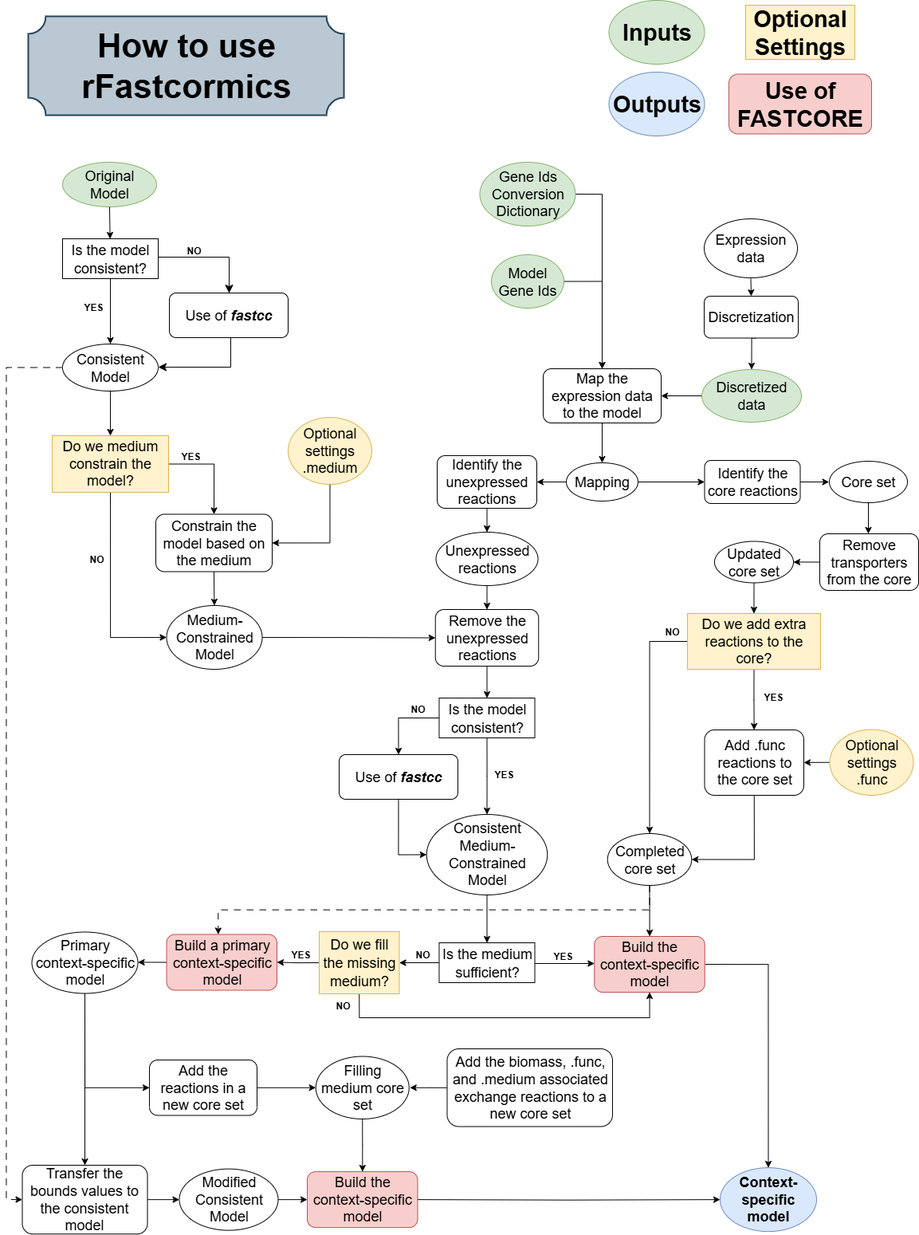
Above: rFASTCORMICS for RNA-seq data/rFASTCORMICS_v2/WorkflowrFastcormics_v2.png in sysbiolux/rFASTCORMICS (draw.io), before the change. Source tidied: cells renumbered, new cells last; positions are measured from the earlier drawing's top-left corner, leaving out a move shared by most shapes.
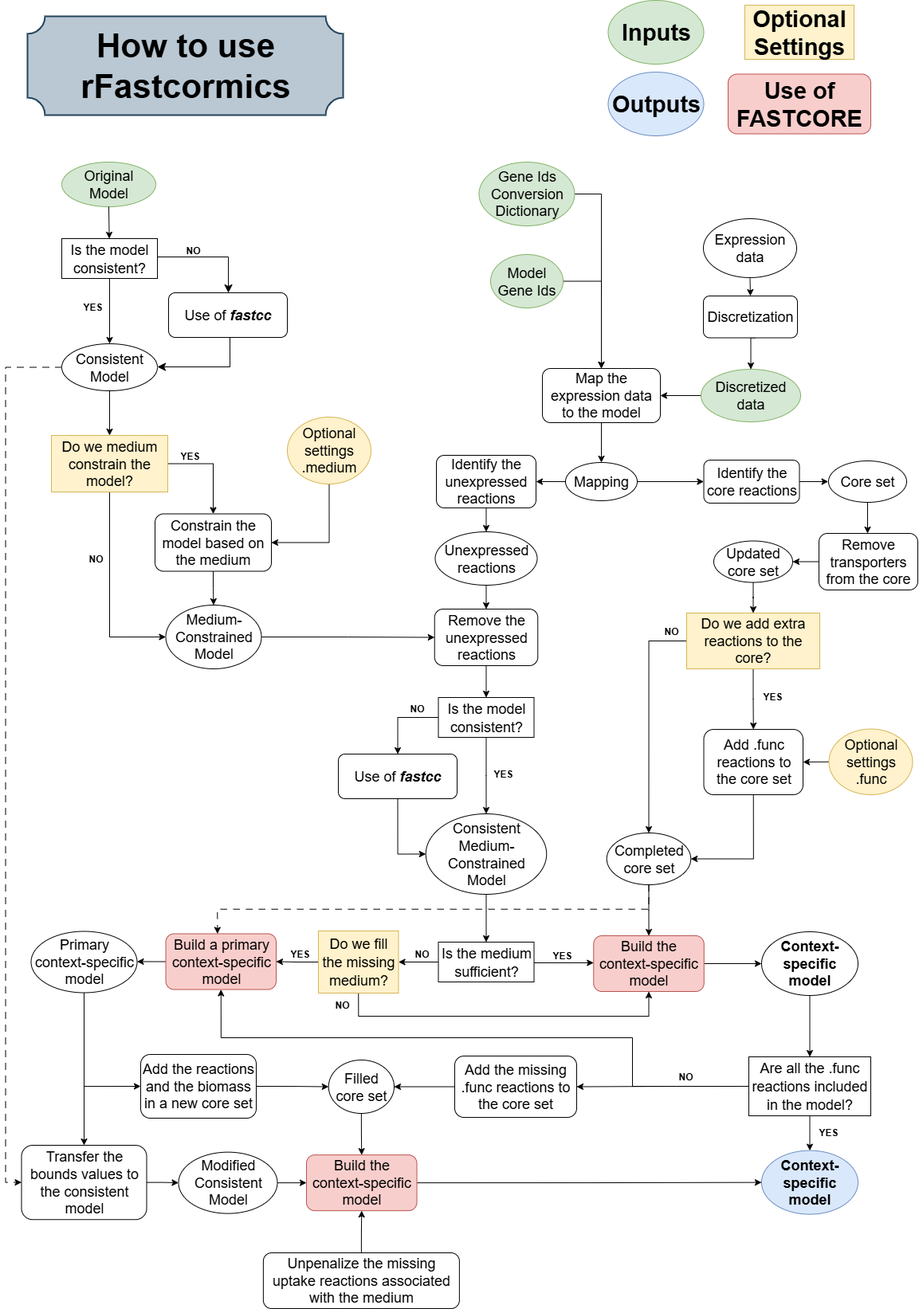
After the commit.

Change to the diagram source:
```diff
@@ -234,15 +234,12 @@
     <mxCell id="70" value="&lt;font style=&quot;font-size: 18px;&quot;&gt;Completed core set&lt;/font&gt;" style="ellipse;whiteSpace=wrap;html=1;" parent="1" vertex="1">
       <mxGeometry x="733.8" y="1045" width="105.5" height="65" as="geometry" />
     </mxCell>
-    <mxCell id="71" style="edgeStyle=orthogonalEdgeStyle;rounded=0;jettySize=auto;html=1;exitX=1;exitY=0.5;exitDx=0;exitDy=0;" parent="1" edge="1" source="72" target="73">
-      <mxGeometry relative="1" as="geometry" />
-    </mxCell>
+    <mxCell id="112" style="edgeStyle=orthogonalEdgeStyle;rounded=0;jettySize=auto;html=1;exitX=1;exitY=0.5;exitDx=0;exitDy=0;entryX=0;entryY=0.5;entryDx=0;entryDy=0;" parent="1" edge="1" source="72" target="120">
+      <mxGeometry relative="1" as="geometry" />
+    </mxCell>
     <mxCell id="72" value="&lt;font style=&quot;font-size: 18px;&quot;&gt;Build the context-specific model&lt;/font&gt;" style="rounded=1;whiteSpace=wrap;html=1;fillColor=#f8cecc;strokeColor=#b85450;" parent="1" vertex="1">
       <mxGeometry x="717.2" y="1174" width="138.5" height="70" as="geometry" />
     </mxCell>
-    <mxCell id="73" value="&lt;font style=&quot;font-size: 18px;&quot;&gt;&lt;b&gt;Context-specific model&lt;/b&gt;&lt;/font&gt;" style="ellipse;whiteSpace=wrap;html=1;fillColor=#dae8fc;strokeColor=#6c8ebf;" parent="1" vertex="1">
-      <mxGeometry x="875" y="1464.1" width="121" height="80" as="geometry" />
-    </mxCell>
     <mxCell id="74" style="verticalLabelPosition=bottom;verticalAlign=top;html=1;shape=mxgraph.basic.plaque;dx=11;whiteSpace=wrap;fillColor=#bac8d3;strokeColor=#23445d;strokeWidth=2;" parent="1" vertex="1">
       <mxGeometry x="7" y="20" width="396" height="124" as="geometry" />
     </mxCell>
@@ -295,7 +292,7 @@
       <mxGeometry relative="1" as="geometry" />
     </mxCell>
     <mxCell id="90" value="&lt;span style=&quot;font-size: 18px;&quot;&gt;Transfer the bounds values to the consistent model&lt;/span&gt;" style="rounded=1;whiteSpace=wrap;html=1;" parent="1" vertex="1">
-      <mxGeometry x="-0.5" y="1461" width="157" height="86.2" as="geometry" />
+      <mxGeometry x="-0.5" y="1437" width="157" height="93.2" as="geometry" />
     </mxCell>
     <mxCell id="91" style="edgeStyle=orthogonalEdgeStyle;rounded=0;jettySize=auto;html=1;exitX=0;exitY=0.5;exitDx=0;exitDy=0;" parent="1" edge="1" source="93" target="85">
       <mxGeometry relative="1" as="geometry" />
@@ -303,8 +300,8 @@
     <mxCell id="92" style="edgeStyle=orthogonalEdgeStyle;rounded=0;jettySize=auto;html=1;exitX=0.5;exitY=1;exitDx=0;exitDy=0;entryX=0.5;entryY=1;entryDx=0;entryDy=0;" parent="1" edge="1" source="93" target="72">
       <mxGeometry relative="1" as="geometry">
         <Array as="points">
-          <mxPoint x="422" y="1276" />
-          <mxPoint x="787" y="1276" />
+          <mxPoint x="422" y="1275" />
+          <mxPoint x="787" y="1275" />
         </Array>
       </mxGeometry>
     </mxCell>
@@ -323,8 +320,8 @@
     <mxCell id="97" style="edgeStyle=orthogonalEdgeStyle;rounded=0;jettySize=auto;html=1;exitX=1;exitY=0.5;exitDx=0;exitDy=0;entryX=0;entryY=0.5;entryDx=0;entryDy=0;" parent="1" edge="1" source="98" target="105">
       <mxGeometry relative="1" as="geometry" />
     </mxCell>
-    <mxCell id="98" value="&lt;span style=&quot;font-size: 18px;&quot;&gt;Add the reactions in a new core set&lt;/span&gt;" style="rounded=1;whiteSpace=wrap;html=1;" parent="1" vertex="1">
-      <mxGeometry x="159" y="1329" width="135" height="69.5" as="geometry" />
+    <mxCell id="98" value="&lt;span style=&quot;font-size: 18px;&quot;&gt;Add the reactions and the biomass in a new core set&lt;/span&gt;" style="rounded=1;whiteSpace=wrap;html=1;" parent="1" vertex="1">
+      <mxGeometry x="149" y="1323" width="145" height="80" as="geometry" />
     </mxCell>
     <mxCell id="99" style="edgeStyle=orthogonalEdgeStyle;rounded=0;jettySize=auto;html=1;exitX=0;exitY=0.5;exitDx=0;exitDy=0;" parent="1" edge="1" source="100" target="55">
       <mxGeometry relative="1" as="geometry" />
@@ -344,30 +341,65 @@
     <mxCell id="104" style="edgeStyle=orthogonalEdgeStyle;rounded=0;jettySize=auto;html=1;exitX=0.5;exitY=1;exitDx=0;exitDy=0;" parent="1" edge="1" source="105" target="110">
       <mxGeometry relative="1" as="geometry" />
     </mxCell>
-    <mxCell id="105" value="&lt;font style=&quot;font-size: 18px;&quot;&gt;Filling medium core set&lt;/font&gt;" style="ellipse;whiteSpace=wrap;html=1;" parent="1" vertex="1">
-      <mxGeometry x="367.8" y="1324.5" width="117" height="78.5" as="geometry" />
+    <mxCell id="105" value="&lt;font style=&quot;font-size: 18px;&quot;&gt;Filled core set&lt;/font&gt;" style="ellipse;whiteSpace=wrap;html=1;" parent="1" vertex="1">
+      <mxGeometry x="384.8" y="1330" width="82.2" height="67" as="geometry" />
     </mxCell>
-    <mxCell id="106" style="edgeStyle=orthogonalEdgeStyle;rounded=0;jettySize=auto;html=1;" parent="1" edge="1" source="107">
-      <mxGeometry relative="1" as="geometry">
-        <mxPoint x="485.7" y="1363.8" as="targetPoint" />
-      </mxGeometry>
-    </mxCell>
+    <mxCell id="113" style="edgeStyle=orthogonalEdgeStyle;rounded=0;jettySize=auto;html=1;exitX=0;exitY=0.5;exitDx=0;exitDy=0;entryX=1;entryY=0.5;entryDx=0;entryDy=0;" parent="1" edge="1" source="107" target="105">
+      <mxGeometry relative="1" as="geometry" />
+    </mxCell>
-    <mxCell id="107" value="&lt;span style=&quot;font-size: 18px;&quot;&gt;Add the biomass, .func, and .medium associated exchange reactions to a new core set&lt;/span&gt;" style="rounded=1;whiteSpace=wrap;html=1;" parent="1" vertex="1">
-      <mxGeometry x="532.5" y="1315" width="207.5" height="97.5" as="geometry" />
+    <mxCell id="107" value="&lt;span style=&quot;font-size: 18px;&quot;&gt;Add the missing .func reactions to the core set&lt;/span&gt;" style="rounded=1;whiteSpace=wrap;html=1;" parent="1" vertex="1">
+      <mxGeometry x="543" y="1325" width="153" height="77" as="geometry" />
     </mxCell>
     <mxCell id="108" style="edgeStyle=orthogonalEdgeStyle;rounded=0;jettySize=auto;html=1;exitX=1;exitY=0.5;exitDx=0;exitDy=0;entryX=0;entryY=0.5;entryDx=0;entryDy=0;" parent="1" edge="1" source="109" target="110">
       <mxGeometry relative="1" as="geometry" />
     </mxCell>
     <mxCell id="109" value="&lt;font style=&quot;font-size: 18px;&quot;&gt;Modified Consistent Model&lt;/font&gt;" style="ellipse;whiteSpace=wrap;html=1;" parent="1" vertex="1">
-      <mxGeometry x="196.5" y="1465.6" width="124" height="77" as="geometry" />
+      <mxGeometry x="196.5" y="1445.6" width="124" height="77" as="geometry" />
     </mxCell>
+    <mxCell id="114" style="edgeStyle=orthogonalEdgeStyle;rounded=0;jettySize=auto;html=1;exitX=1;exitY=0.5;exitDx=0;exitDy=0;entryX=0;entryY=0.5;entryDx=0;entryDy=0;" parent="1" edge="1" source="110" target="73">
+      <mxGeometry relative="1" as="geometry" />
+    </mxCell>
     <mxCell id="110" value="&lt;font style=&quot;font-size: 18px;&quot;&gt;Build the context-specific model&lt;/font&gt;" style="rounded=1;whiteSpace=wrap;html=1;fillColor=#f8cecc;strokeColor=#b85450;" parent="1" vertex="1">
-      <mxGeometry x="357" y="1469.1" width="138.5" height="70" as="geometry" />
+      <mxGeometry x="357" y="1449.1" width="138.5" height="70" as="geometry" />
     </mxCell>
-    <mxCell id="111" style="edgeStyle=orthogonalEdgeStyle;rounded=0;jettySize=auto;html=1;exitX=1;exitY=0.5;exitDx=0;exitDy=0;entryX=0;entryY=0.5;entryDx=0;entryDy=0;" parent="1" edge="1" target="73">
-      <mxGeometry relative="1" as="geometry">
-        <mxPoint x="495.5" y="1504.1" as="sourcePoint" />
-      </mxGeometry>
-    </mxCell>
+    <mxCell id="115" style="edgeStyle=orthogonalEdgeStyle;rounded=0;jettySize=auto;html=1;exitX=0.5;exitY=1;exitDx=0;exitDy=0;" parent="1" edge="1" source="118" target="73">
+      <mxGeometry relative="1" as="geometry" />
+    </mxCell>
+    <mxCell id="116" style="edgeStyle=orthogonalEdgeStyle;rounded=0;jettySize=auto;html=1;exitX=0;exitY=0.5;exitDx=0;exitDy=0;entryX=1;entryY=0.5;entryDx=0;entryDy=0;" parent="1" edge="1" source="118" target="107">
+      <mxGeometry relative="1" as="geometry" />
+    </mxCell>
+    <mxCell id="117" style="edgeStyle=orthogonalEdgeStyle;rounded=0;jettySize=auto;html=1;exitX=0;exitY=0.5;exitDx=0;exitDy=0;entryX=0.5;entryY=1;entryDx=0;entryDy=0;" parent="1" edge="1" source="118" target="85">
+      <mxGeometry relative="1" as="geometry">
+        <Array as="points">
+          <mxPoint x="766" y="1363" />
+          <mxPoint x="766" y="1302" />
+          <mxPoint x="250" y="1302" />
+        </Array>
+      </mxGeometry>
+    </mxCell>
+    <mxCell id="118" value="&lt;font style=&quot;font-size: 18px;&quot;&gt;Are all the .func reactions included in the model?&lt;/font&gt;" style="rounded=0;whiteSpace=wrap;html=1;fontSize=19;" parent="1" vertex="1">
+      <mxGeometry x="912" y="1326" width="153" height="74" as="geometry" />
+    </mxCell>
+    <mxCell id="119" style="edgeStyle=orthogonalEdgeStyle;rounded=0;jettySize=auto;html=1;exitX=0.5;exitY=1;exitDx=0;exitDy=0;" parent="1" edge="1" source="120" target="118">
+      <mxGeometry relative="1" as="geometry" />
+    </mxCell>
+    <mxCell id="120" value="&lt;font style=&quot;font-size: 18px;&quot;&gt;&lt;b&gt;Context-specific model&lt;/b&gt;&lt;/font&gt;" style="ellipse;whiteSpace=wrap;html=1;" parent="1" vertex="1">
+      <mxGeometry x="928" y="1169" width="121" height="80" as="geometry" />
+    </mxCell>
+    <mxCell id="73" value="&lt;font style=&quot;font-size: 18px;&quot;&gt;&lt;b&gt;Context-specific model&lt;/b&gt;&lt;/font&gt;" style="ellipse;whiteSpace=wrap;html=1;fillColor=#dae8fc;strokeColor=#6c8ebf;" parent="1" vertex="1">
+      <mxGeometry x="928" y="1443.6" width="121" height="80" as="geometry" />
+    </mxCell>
+    <mxCell id="121" value="YES" style="text;html=1;align=center;verticalAlign=middle;whiteSpace=wrap;rounded=0;fontStyle=1;" parent="1" vertex="1">
+      <mxGeometry x="982" y="1406" width="60" height="30" as="geometry" />
+    </mxCell>
+    <mxCell id="122" value="NO" style="text;html=1;align=center;verticalAlign=middle;whiteSpace=wrap;rounded=0;fontStyle=1;" parent="1" vertex="1">
+      <mxGeometry x="803" y="1336" width="60" height="30" as="geometry" />
+    </mxCell>
+    <mxCell id="123" style="edgeStyle=orthogonalEdgeStyle;rounded=0;jettySize=auto;html=1;exitX=0.5;exitY=0;exitDx=0;exitDy=0;entryX=0.5;entryY=1;entryDx=0;entryDy=0;" parent="1" edge="1" source="124" target="110">
+      <mxGeometry relative="1" as="geometry" />
+    </mxCell>
+    <mxCell id="124" value="&lt;span style=&quot;font-size: 18px;&quot;&gt;Unpenalize the missing uptake reactions associated with the medium&lt;/span&gt;" style="rounded=1;whiteSpace=wrap;html=1;" parent="1" vertex="1">
+      <mxGeometry x="302.9" y="1572" width="246" height="70" as="geometry" />
+    </mxCell>
   </root>
 </mxGraphModel>
```
